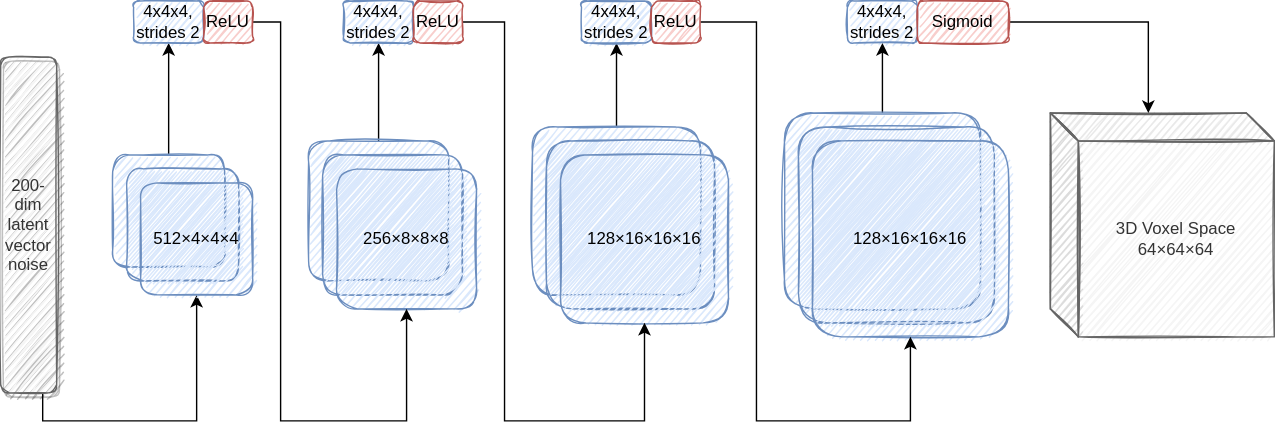
Before: 3D-GAN & 3D-VAE-GAN/3D-GAN & 3D-VAE-GAN.drawio.svg, a diagram exported from draw.io (ZizhengYang/AI-Paper-Collection). Source tidied: cells renumbered, new cells last; positions are measured from the earlier drawing's top-left corner, leaving out a move shared by most shapes.
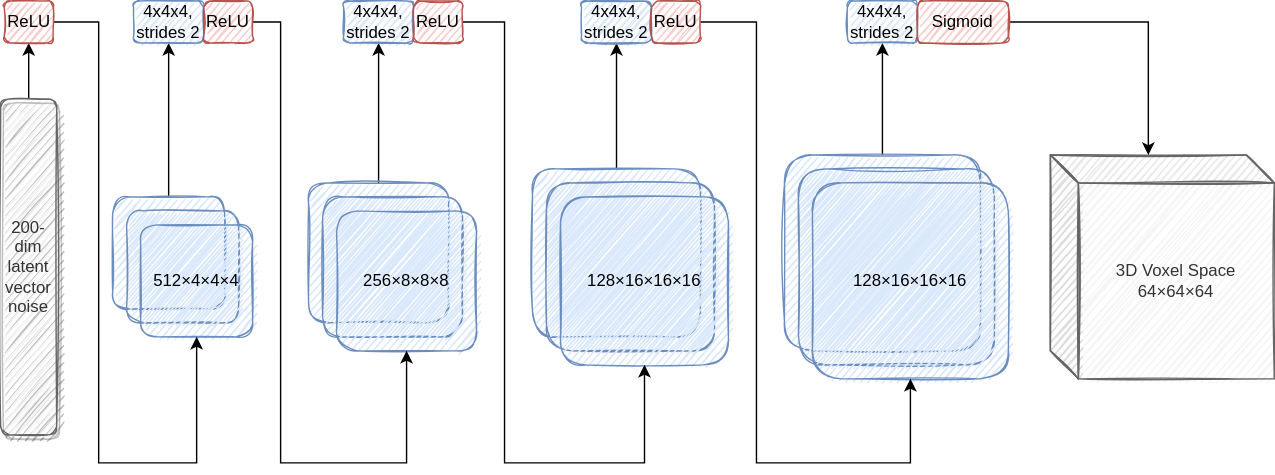
The same diagram one commit later.

Diff of the diagram source:
```diff
@@ -2,14 +2,9 @@
   <root>
     <mxCell id="0" />
     <mxCell id="1" parent="0" />
-    <mxCell id="2" style="edgeStyle=orthogonalEdgeStyle;rounded=0;jettySize=auto;html=1;entryX=0.5;entryY=1;entryDx=0;entryDy=0;" parent="1" edge="1" source="3" target="14">
-      <mxGeometry relative="1" as="geometry">
-        <Array as="points">
-          <mxPoint x="30" y="300" />
-          <mxPoint x="140" y="300" />
-        </Array>
-      </mxGeometry>
-    </mxCell>
+    <mxCell id="33" style="edgeStyle=orthogonalEdgeStyle;rounded=0;jettySize=auto;html=1;" parent="1" edge="1" source="3" target="35">
+      <mxGeometry relative="1" as="geometry" />
+    </mxCell>
     <mxCell id="3" value="200-dim&lt;br&gt;latent vector noise" style="rounded=1;whiteSpace=wrap;html=1;fillColor=#f5f5f5;fontColor=#333333;strokeColor=#666666;sketch=1;glass=0;shadow=1;" parent="1" vertex="1">
       <mxGeometry y="40" width="40" height="240" as="geometry" />
     </mxCell>
@@ -65,58 +60,70 @@
       <mxGeometry x="580" y="100" width="140" height="140" as="geometry" />
     </mxCell>
     <mxCell id="21" value="4x4x4, strides 2" style="rounded=1;whiteSpace=wrap;html=1;shadow=0;glass=0;sketch=1;fillColor=#dae8fc;strokeColor=#6c8ebf;" parent="1" vertex="1">
-      <mxGeometry x="95" width="50" height="30" as="geometry" />
+      <mxGeometry x="95" y="-30" width="50" height="30" as="geometry" />
     </mxCell>
     <mxCell id="22" value="4x4x4, strides 2" style="rounded=1;whiteSpace=wrap;html=1;shadow=0;glass=0;sketch=1;fillColor=#dae8fc;strokeColor=#6c8ebf;" parent="1" vertex="1">
-      <mxGeometry x="245" width="50" height="30" as="geometry" />
+      <mxGeometry x="245" y="-30" width="50" height="30" as="geometry" />
     </mxCell>
     <mxCell id="23" value="4x4x4, strides 2" style="rounded=1;whiteSpace=wrap;html=1;shadow=0;glass=0;sketch=1;fillColor=#dae8fc;strokeColor=#6c8ebf;" parent="1" vertex="1">
-      <mxGeometry x="415" width="50" height="30" as="geometry" />
+      <mxGeometry x="415" y="-30" width="50" height="30" as="geometry" />
     </mxCell>
     <mxCell id="24" style="edgeStyle=orthogonalEdgeStyle;rounded=0;jettySize=auto;html=1;entryX=0.5;entryY=1;entryDx=0;entryDy=0;" parent="1" edge="1" source="25" target="16">
       <mxGeometry relative="1" as="geometry">
         <Array as="points">
-          <mxPoint x="200" y="15" />
+          <mxPoint x="200" y="-15" />
           <mxPoint x="200" y="300" />
           <mxPoint x="290" y="300" />
         </Array>
       </mxGeometry>
     </mxCell>
     <mxCell id="25" value="ReLU" style="rounded=1;whiteSpace=wrap;html=1;shadow=0;glass=0;sketch=1;fillColor=#f8cecc;strokeColor=#b85450;" parent="1" vertex="1">
-      <mxGeometry x="145" width="35" height="30" as="geometry" />
+      <mxGeometry x="145" y="-30" width="35" height="30" as="geometry" />
     </mxCell>
     <mxCell id="26" style="edgeStyle=orthogonalEdgeStyle;rounded=0;jettySize=auto;html=1;entryX=0.5;entryY=1;entryDx=0;entryDy=0;" parent="1" edge="1" source="27" target="18">
       <mxGeometry relative="1" as="geometry">
         <Array as="points">
-          <mxPoint x="360" y="15" />
+          <mxPoint x="360" y="-15" />
           <mxPoint x="360" y="300" />
           <mxPoint x="460" y="300" />
         </Array>
       </mxGeometry>
     </mxCell>
     <mxCell id="27" value="ReLU" style="rounded=1;whiteSpace=wrap;html=1;shadow=0;glass=0;sketch=1;fillColor=#f8cecc;strokeColor=#b85450;" parent="1" vertex="1">
-      <mxGeometry x="295" width="35" height="30" as="geometry" />
+      <mxGeometry x="295" y="-30" width="35" height="30" as="geometry" />
     </mxCell>
     <mxCell id="28" style="edgeStyle=orthogonalEdgeStyle;rounded=0;jettySize=auto;html=1;entryX=0.5;entryY=1;entryDx=0;entryDy=0;" parent="1" edge="1" source="29" target="20">
       <mxGeometry relative="1" as="geometry">
         <Array as="points">
-          <mxPoint x="540" y="15" />
+          <mxPoint x="540" y="-15" />
           <mxPoint x="540" y="300" />
           <mxPoint x="650" y="300" />
         </Array>
       </mxGeometry>
     </mxCell>
     <mxCell id="29" value="ReLU" style="rounded=1;whiteSpace=wrap;html=1;shadow=0;glass=0;sketch=1;fillColor=#f8cecc;strokeColor=#b85450;" parent="1" vertex="1">
-      <mxGeometry x="465" width="35" height="30" as="geometry" />
+      <mxGeometry x="465" y="-30" width="35" height="30" as="geometry" />
     </mxCell>
     <mxCell id="30" value="4x4x4, strides 2" style="rounded=1;whiteSpace=wrap;html=1;shadow=0;glass=0;sketch=1;fillColor=#dae8fc;strokeColor=#6c8ebf;" parent="1" vertex="1">
-      <mxGeometry x="605" width="50" height="30" as="geometry" />
+      <mxGeometry x="605" y="-30" width="50" height="30" as="geometry" />
     </mxCell>
     <mxCell id="31" style="edgeStyle=orthogonalEdgeStyle;rounded=0;jettySize=auto;html=1;entryX=0;entryY=0;entryDx=70;entryDy=0;entryPerimeter=0;" parent="1" edge="1" source="32" target="12">
       <mxGeometry relative="1" as="geometry" />
     </mxCell>
     <mxCell id="32" value="Sigmoid" style="rounded=1;whiteSpace=wrap;html=1;shadow=0;glass=0;sketch=1;fillColor=#f8cecc;strokeColor=#b85450;" parent="1" vertex="1">
-      <mxGeometry x="655" width="65" height="30" as="geometry" />
+      <mxGeometry x="655" y="-30" width="65" height="30" as="geometry" />
     </mxCell>
+    <mxCell id="34" style="edgeStyle=orthogonalEdgeStyle;rounded=0;jettySize=auto;html=1;entryX=0.5;entryY=1;entryDx=0;entryDy=0;" parent="1" edge="1" source="35" target="14">
+      <mxGeometry relative="1" as="geometry">
+        <Array as="points">
+          <mxPoint x="70" y="-15" />
+          <mxPoint x="70" y="300" />
+          <mxPoint x="140" y="300" />
+        </Array>
+      </mxGeometry>
+    </mxCell>
+    <mxCell id="35" value="ReLU" style="rounded=1;whiteSpace=wrap;html=1;shadow=0;glass=0;sketch=1;fillColor=#f8cecc;strokeColor=#b85450;" parent="1" vertex="1">
+      <mxGeometry x="2.5" y="-30" width="35" height="30" as="geometry" />
+    </mxCell>
   </root>
 </mxGraphModel>
```
